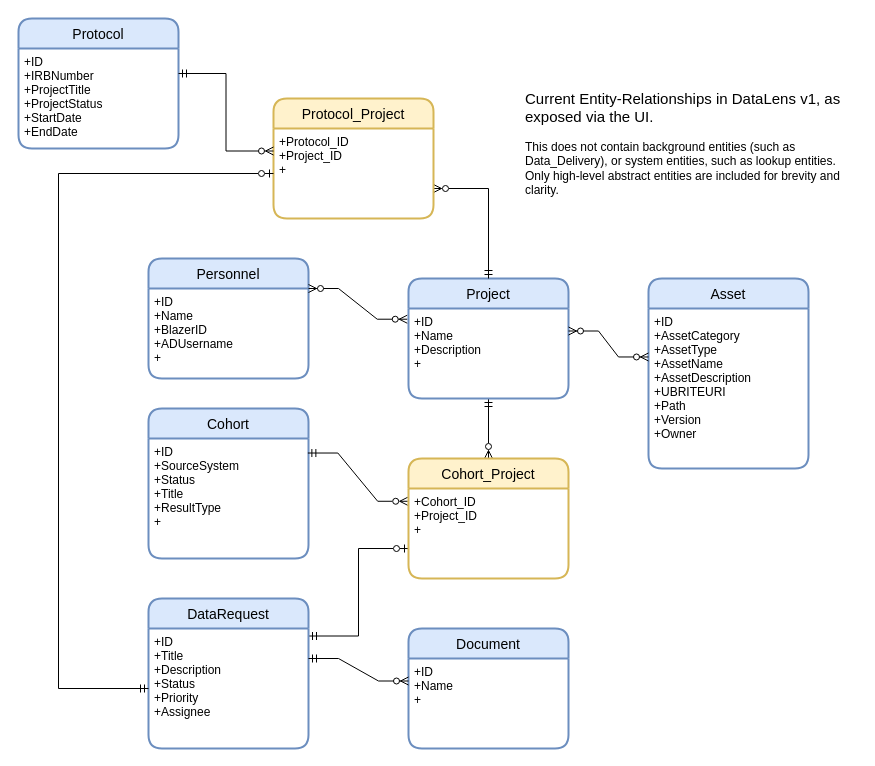
The draw.io diagram page "V1 modified" (2 of 8) of DataLens ERD.drawio in ntimkovich/UAB-II-Diagrams, before the edit. Source tidied: cells renumbered, new cells numbered last; positions are measured from the earlier drawing's top-left corner, leaving out a move shared by most shapes. Both pictures are drawn from the tidied source at 100%, with x=0, y=0 at pixel (18, 18).
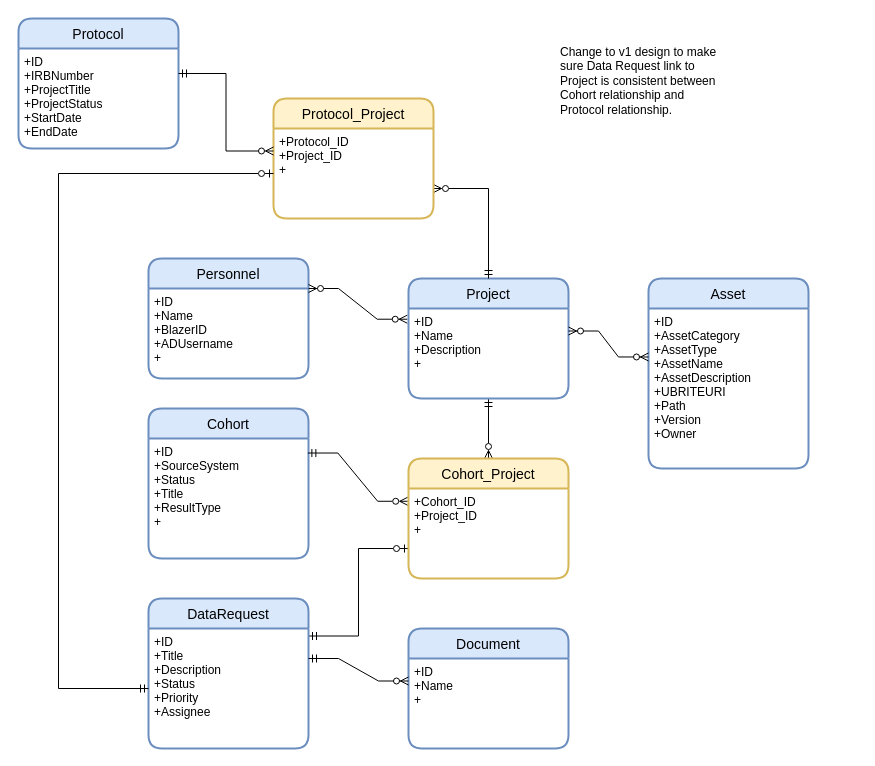
The same page after the edit.

Diff of the diagram source:
```diff
@@
-    <mxCell id="22" value="&lt;font style=&quot;font-size: 15px;&quot;&gt;Current Entity-Relationships in DataLens v1, as exposed via the UI.&amp;nbsp; &lt;/font&gt;&lt;br&gt;&lt;br&gt;&lt;div style=&quot;&quot;&gt;&lt;span style=&quot;background-color: initial;&quot;&gt;This does not contain background entities (such as Data_Delivery), or system entities, such as lookup entities. Only high-level abstract entities are included for brevity and clarity.&lt;/span&gt;&lt;/div&gt;" style="text;html=1;strokeColor=none;fillColor=none;align=left;verticalAlign=middle;whiteSpace=wrap;rounded=0;" parent="1" vertex="1">
-      <mxGeometry x="505" y="70" width="335" height="110" as="geometry" />
-    </mxCell>
@@
+    <mxCell id="30" value="Change to v1 design to make sure Data Request link to Project is consistent between Cohort relationship and Protocol relationship." style="text;html=1;strokeColor=none;fillColor=none;align=left;verticalAlign=top;whiteSpace=wrap;rounded=0;" parent="1" vertex="1">
+      <mxGeometry x="540" y="20" width="170" height="300" as="geometry" />
+    </mxCell>
```
